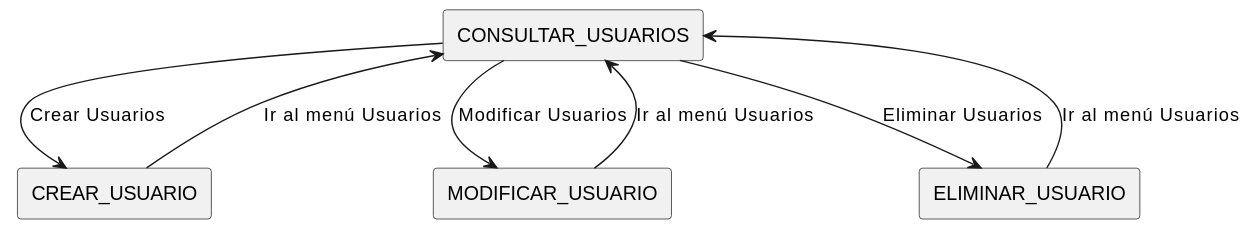
Above: Documentos/Imagenes/DiagramasContexto/DiagramasDeContextoAdministrador/DiagramaDeContextoConsultarUsuariosAdministrador.svg in mmasias/24-25-IdSw1-SDR (PlantUML), before the change. Source of this version:
```plantuml
@startuml
!define RECTANGLE(x) rectangle x

RECTANGLE(CONSULTAR_USUARIOS)
RECTANGLE(CREAR_USUARIO)
RECTANGLE(MODIFICAR_USUARIO)
RECTANGLE(ELIMINAR_USUARIO)

CONSULTAR_USUARIOS --> CREAR_USUARIO : Crear Usuarios
CREAR_USUARIO --> CONSULTAR_USUARIOS : Ir al menú Usuarios

CONSULTAR_USUARIOS --> MODIFICAR_USUARIO : Modificar Usuarios
MODIFICAR_USUARIO --> CONSULTAR_USUARIOS : Ir al menú Usuarios

CONSULTAR_USUARIOS --> ELIMINAR_USUARIO : Eliminar Usuarios
ELIMINAR_USUARIO --> CONSULTAR_USUARIOS : Ir al menú Usuarios
@enduml
```
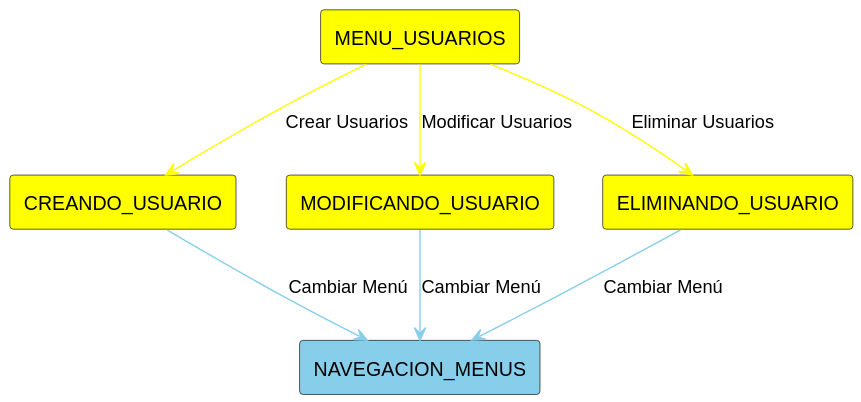
The same file after the commit.

Diff of the diagram source:
```diff
@@ -1,17 +1,19 @@
 @startuml
 !define RECTANGLE(x) rectangle x
 
-RECTANGLE(CONSULTAR_USUARIOS)
-RECTANGLE(CREAR_USUARIO)
-RECTANGLE(MODIFICAR_USUARIO)
-RECTANGLE(ELIMINAR_USUARIO)
+RECTANGLE(MENU_USUARIOS) #Yellow
+RECTANGLE(CREANDO_USUARIO) #Yellow
+RECTANGLE(MODIFICANDO_USUARIO) #Yellow
+RECTANGLE(ELIMINANDO_USUARIO) #Yellow
+RECTANGLE(NAVEGACION_MENUS) #SkyBlue
 
-CONSULTAR_USUARIOS --> CREAR_USUARIO : Crear Usuarios
-CREAR_USUARIO --> CONSULTAR_USUARIOS : Ir al menú Usuarios
 
-CONSULTAR_USUARIOS --> MODIFICAR_USUARIO : Modificar Usuarios
-MODIFICAR_USUARIO --> CONSULTAR_USUARIOS : Ir al menú Usuarios
+MENU_USUARIOS -[#Yellow]-> CREANDO_USUARIO : Crear Usuarios
+CREANDO_USUARIO -[#SkyBlue]-> NAVEGACION_MENUS : Cambiar Menú
 
-CONSULTAR_USUARIOS --> ELIMINAR_USUARIO : Eliminar Usuarios
-ELIMINAR_USUARIO --> CONSULTAR_USUARIOS : Ir al menú Usuarios
+MENU_USUARIOS -[#Yellow]-> MODIFICANDO_USUARIO : Modificar Usuarios
+MODIFICANDO_USUARIO -[#SkyBlue]-> NAVEGACION_MENUS : Cambiar Menú
+
+MENU_USUARIOS -[#Yellow]-> ELIMINANDO_USUARIO : Eliminar Usuarios
+ELIMINANDO_USUARIO -[#SkyBlue]-> NAVEGACION_MENUS : Cambiar Menú
 @enduml
```
